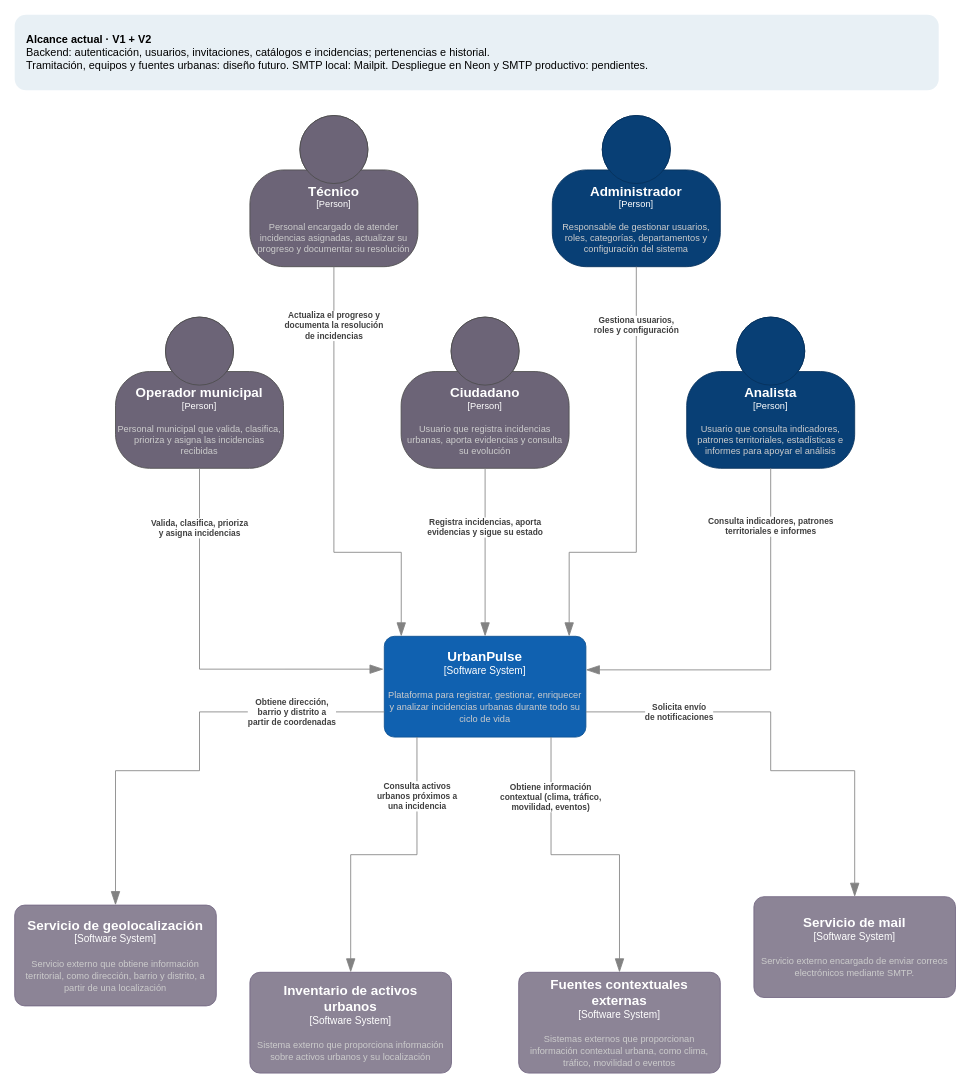
CeNtAuRoOo/urban-pulse-app keeps this draw.io diagram as page "Contexto" (1 of 2) of docs/diagrams/c4.drawio. Above is the earlier version. Source tidied: cells renumbered, new cells numbered last; positions are measured from the earlier drawing's top-left corner, leaving out a move shared by most shapes. Both pictures are drawn from the tidied source at 84%, with x=0, y=0 at pixel (14, 14).
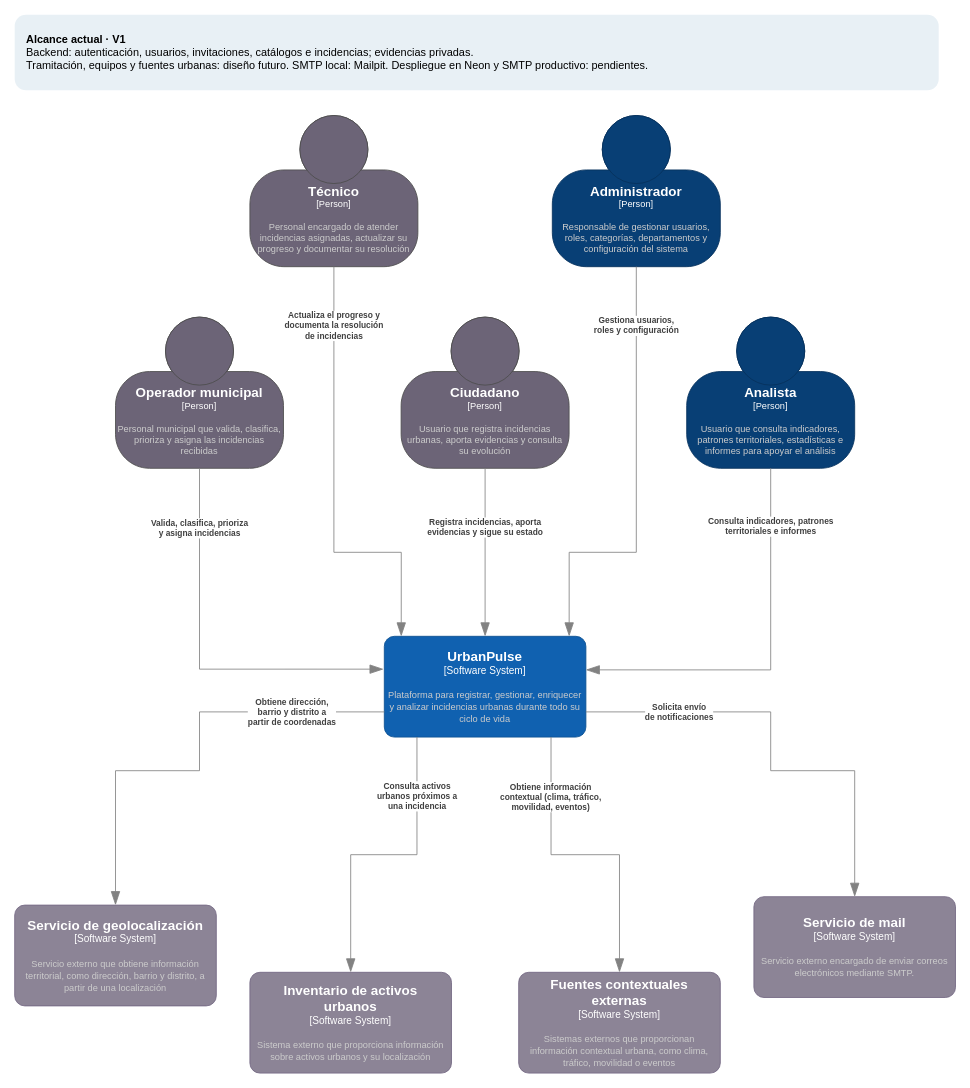
Above is the later version.

Diff of the diagram source:
```diff
@@
-    <mxCell id="21" value="&lt;b&gt;Alcance actual · V1 + V2&lt;/b&gt;&lt;br&gt;Backend: autenticación, usuarios, invitaciones, catálogos e incidencias; pertenencias e historial.&lt;br&gt;Tramitación, equipos y fuentes urbanas: diseño futuro. SMTP local: Mailpit. Despliegue en Neon y SMTP productivo: pendientes." style="rounded=1;whiteSpace=wrap;html=1;align=left;verticalAlign=middle;spacing=14;fillColor=#e8f0f5;strokeColor=none;fontSize=13;" parent="1" vertex="1">
+    <mxCell id="21" value="&lt;b&gt;Alcance actual · V1&lt;/b&gt;&lt;br&gt;Backend: autenticación, usuarios, invitaciones, catálogos e incidencias; evidencias privadas.&lt;br&gt;Tramitación, equipos y fuentes urbanas: diseño futuro. SMTP local: Mailpit. Despliegue en Neon y SMTP productivo: pendientes." style="rounded=1;whiteSpace=wrap;html=1;align=left;verticalAlign=middle;spacing=14;fillColor=#e8f0f5;strokeColor=none;fontSize=13;" parent="1" vertex="1">
       <mxGeometry width="1100" height="90" as="geometry" />
     </mxCell>
```
